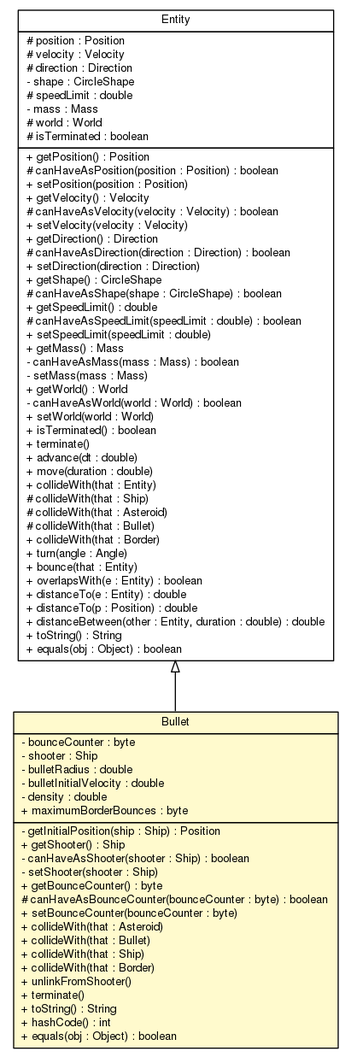
Earlier version of the Graphviz export doc/world/entity/Bullet.png (sinopeus/asteroids). Its source is kept beside it as doc/world/entity/Bullet.dot. The source it was exported from:
```dot

digraph G {
	edge [fontname="Helvetica",fontsize=10,labelfontname="Helvetica",labelfontsize=10];
	node [fontname="Helvetica",fontsize=10,shape=plaintext];
	nodesep=0.25;
	ranksep=0.5;
	c6643 [label=<<table title="world.entity.Entity" border="0" cellborder="1" cellspacing="0" cellpadding="2" port="p" href="./Entity.html">
		<tr><td><table border="0" cellspacing="0" cellpadding="1">
<tr><td align="center" balign="center"> Entity </td></tr>
		</table></td></tr>
		<tr><td><table border="0" cellspacing="0" cellpadding="1">
<tr><td align="left" balign="left"> # position : Position </td></tr>
<tr><td align="left" balign="left"> # velocity : Velocity </td></tr>
<tr><td align="left" balign="left"> # direction : Direction </td></tr>
<tr><td align="left" balign="left"> - shape : CircleShape </td></tr>
<tr><td align="left" balign="left"> # speedLimit : double </td></tr>
<tr><td align="left" balign="left"> - mass : Mass </td></tr>
<tr><td align="left" balign="left"> # world : World </td></tr>
<tr><td align="left" balign="left"> # isTerminated : boolean </td></tr>
		</table></td></tr>
		<tr><td><table border="0" cellspacing="0" cellpadding="1">
<tr><td align="left" balign="left"> + getPosition() : Position </td></tr>
<tr><td align="left" balign="left"> # canHaveAsPosition(position : Position) : boolean </td></tr>
<tr><td align="left" balign="left"> + setPosition(position : Position) </td></tr>
<tr><td align="left" balign="left"> + getVelocity() : Velocity </td></tr>
<tr><td align="left" balign="left"> # canHaveAsVelocity(velocity : Velocity) : boolean </td></tr>
<tr><td align="left" balign="left"> + setVelocity(velocity : Velocity) </td></tr>
<tr><td align="left" balign="left"> + getDirection() : Direction </td></tr>
<tr><td align="left" balign="left"> # canHaveAsDirection(direction : Direction) : boolean </td></tr>
<tr><td align="left" balign="left"> + setDirection(direction : Direction) </td></tr>
<tr><td align="left" balign="left"> + getShape() : CircleShape </td></tr>
<tr><td align="left" balign="left"> # canHaveAsShape(shape : CircleShape) : boolean </td></tr>
<tr><td align="left" balign="left"> + getSpeedLimit() : double </td></tr>
<tr><td align="left" balign="left"> # canHaveAsSpeedLimit(speedLimit : double) : boolean </td></tr>
<tr><td align="left" balign="left"> + setSpeedLimit(speedLimit : double) </td></tr>
<tr><td align="left" balign="left"> + getMass() : Mass </td></tr>
<tr><td align="left" balign="left"> - canHaveAsMass(mass : Mass) : boolean </td></tr>
<tr><td align="left" balign="left"> - setMass(mass : Mass) </td></tr>
<tr><td align="left" balign="left"> + getWorld() : World </td></tr>
<tr><td align="left" balign="left"> - canHaveAsWorld(world : World) : boolean </td></tr>
<tr><td align="left" balign="left"> + setWorld(world : World) </td></tr>
<tr><td align="left" balign="left"> + isTerminated() : boolean </td></tr>
<tr><td align="left" balign="left"> + terminate() </td></tr>
<tr><td align="left" balign="left"> + advance(dt : double) </td></tr>
<tr><td align="left" balign="left"> + move(duration : double) </td></tr>
<tr><td align="left" balign="left"> + collideWith(that : Entity) </td></tr>
<tr><td align="left" balign="left"> # collideWith(that : Ship) </td></tr>
<tr><td align="left" balign="left"> # collideWith(that : Asteroid) </td></tr>
<tr><td align="left" balign="left"> # collideWith(that : Bullet) </td></tr>
<tr><td align="left" balign="left"> + collideWith(that : Border) </td></tr>
<tr><td align="left" balign="left"> + turn(angle : Angle) </td></tr>
<tr><td align="left" balign="left"> + bounce(that : Entity) </td></tr>
<tr><td align="left" balign="left"> + overlapsWith(e : Entity) : boolean </td></tr>
<tr><td align="left" balign="left"> + distanceTo(e : Entity) : double </td></tr>
<tr><td align="left" balign="left"> + distanceTo(p : Position) : double </td></tr>
<tr><td align="left" balign="left"> + distanceBetween(other : Entity, duration : double) : double </td></tr>
<tr><td align="left" balign="left"> + toString() : String </td></tr>
<tr><td align="left" balign="left"> + equals(obj : Object) : boolean </td></tr>
		</table></td></tr>
		</table>>, URL="./Entity.html", fontname="Helvetica", fontcolor="black", fontsize=10.0];
	c6644 [label=<<table title="world.entity.Bullet" border="0" cellborder="1" cellspacing="0" cellpadding="2" port="p" bgcolor="lemonChiffon" href="./Bullet.html">
		<tr><td><table border="0" cellspacing="0" cellpadding="1">
<tr><td align="center" balign="center"> Bullet </td></tr>
		</table></td></tr>
		<tr><td><table border="0" cellspacing="0" cellpadding="1">
<tr><td align="left" balign="left"> - bounceCounter : byte </td></tr>
<tr><td align="left" balign="left"> - shooter : Ship </td></tr>
<tr><td align="left" balign="left"> - bulletRadius : double </td></tr>
<tr><td align="left" balign="left"> - bulletInitialVelocity : double </td></tr>
<tr><td align="left" balign="left"> - density : double </td></tr>
<tr><td align="left" balign="left"> + maximumBorderBounces : byte </td></tr>
		</table></td></tr>
		<tr><td><table border="0" cellspacing="0" cellpadding="1">
<tr><td align="left" balign="left"> - getInitialPosition(ship : Ship) : Position </td></tr>
<tr><td align="left" balign="left"> + getShooter() : Ship </td></tr>
<tr><td align="left" balign="left"> - canHaveAsShooter(shooter : Ship) : boolean </td></tr>
<tr><td align="left" balign="left"> - setShooter(shooter : Ship) </td></tr>
<tr><td align="left" balign="left"> + getBounceCounter() : byte </td></tr>
<tr><td align="left" balign="left"> # canHaveAsBounceCounter(bounceCounter : byte) : boolean </td></tr>
<tr><td align="left" balign="left"> + setBounceCounter(bounceCounter : byte) </td></tr>
<tr><td align="left" balign="left"> + collideWith(that : Asteroid) </td></tr>
<tr><td align="left" balign="left"> + collideWith(that : Bullet) </td></tr>
<tr><td align="left" balign="left"> + collideWith(that : Ship) </td></tr>
<tr><td align="left" balign="left"> + collideWith(that : Border) </td></tr>
<tr><td align="left" balign="left"> + unlinkFromShooter() </td></tr>
<tr><td align="left" balign="left"> + terminate() </td></tr>
<tr><td align="left" balign="left"> + toString() : String </td></tr>
<tr><td align="left" balign="left"> + hashCode() : int </td></tr>
<tr><td align="left" balign="left"> + equals(obj : Object) : boolean </td></tr>
		</table></td></tr>
		</table>>, URL="./Bullet.html", fontname="Helvetica", fontcolor="black", fontsize=10.0];
	c6643:p -> c6644:p [dir=back,arrowtail=empty];
}
```
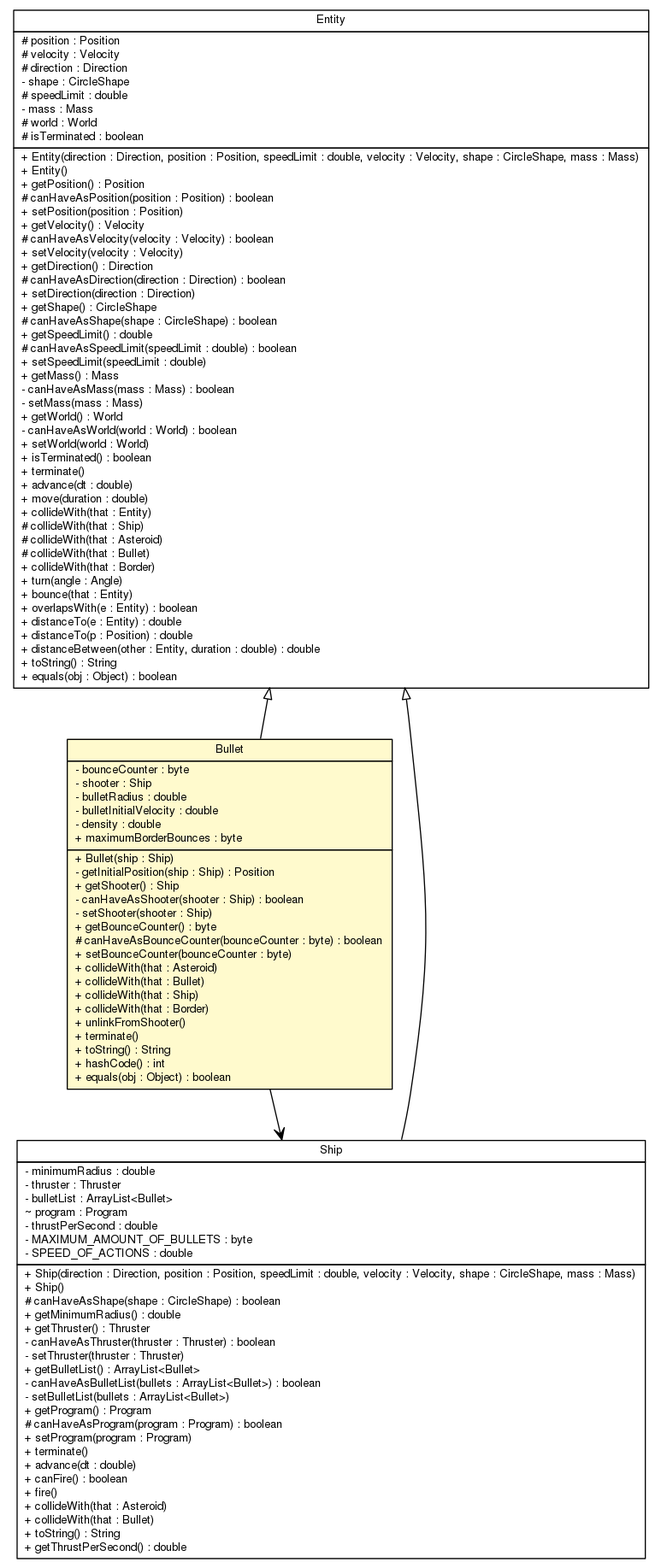
After the commit.

Change to the diagram source:
```diff
@@ -4,7 +4,7 @@
 	node [fontname="Helvetica",fontsize=10,shape=plaintext];
 	nodesep=0.25;
 	ranksep=0.5;
-	c6643 [label=<<table title="world.entity.Entity" border="0" cellborder="1" cellspacing="0" cellpadding="2" port="p" href="./Entity.html">
+	c6675 [label=<<table title="world.entity.Entity" border="0" cellborder="1" cellspacing="0" cellpadding="2" port="p" href="./Entity.html">
 		<tr><td><table border="0" cellspacing="0" cellpadding="1">
 <tr><td align="center" balign="center"> Entity </td></tr>
 		</table></td></tr>
@@ -19,6 +19,8 @@
 <tr><td align="left" balign="left"> # isTerminated : boolean </td></tr>
 		</table></td></tr>
 		<tr><td><table border="0" cellspacing="0" cellpadding="1">
+<tr><td align="left" balign="left"> + Entity(direction : Direction, position : Position, speedLimit : double, velocity : Velocity, shape : CircleShape, mass : Mass) </td></tr>
+<tr><td align="left" balign="left"> + Entity() </td></tr>
 <tr><td align="left" balign="left"> + getPosition() : Position </td></tr>
 <tr><td align="left" balign="left"> # canHaveAsPosition(position : Position) : boolean </td></tr>
 <tr><td align="left" balign="left"> + setPosition(position : Position) </td></tr>
@@ -58,7 +60,7 @@
 <tr><td align="left" balign="left"> + equals(obj : Object) : boolean </td></tr>
 		</table></td></tr>
 		</table>>, URL="./Entity.html", fontname="Helvetica", fontcolor="black", fontsize=10.0];
-	c6644 [label=<<table title="world.entity.Bullet" border="0" cellborder="1" cellspacing="0" cellpadding="2" port="p" bgcolor="lemonChiffon" href="./Bullet.html">
+	c6676 [label=<<table title="world.entity.Bullet" border="0" cellborder="1" cellspacing="0" cellpadding="2" port="p" bgcolor="lemonChiffon" href="./Bullet.html">
 		<tr><td><table border="0" cellspacing="0" cellpadding="1">
 <tr><td align="center" balign="center"> Bullet </td></tr>
 		</table></td></tr>
@@ -71,6 +73,7 @@
 <tr><td align="left" balign="left"> + maximumBorderBounces : byte </td></tr>
 		</table></td></tr>
 		<tr><td><table border="0" cellspacing="0" cellpadding="1">
+<tr><td align="left" balign="left"> + Bullet(ship : Ship) </td></tr>
 <tr><td align="left" balign="left"> - getInitialPosition(ship : Ship) : Position </td></tr>
 <tr><td align="left" balign="left"> + getShooter() : Ship </td></tr>
 <tr><td align="left" balign="left"> - canHaveAsShooter(shooter : Ship) : boolean </td></tr>
@@ -89,5 +92,44 @@
 <tr><td align="left" balign="left"> + equals(obj : Object) : boolean </td></tr>
 		</table></td></tr>
 		</table>>, URL="./Bullet.html", fontname="Helvetica", fontcolor="black", fontsize=10.0];
-	c6643:p -> c6644:p [dir=back,arrowtail=empty];
+	c6678 [label=<<table title="world.entity.ship.Ship" border="0" cellborder="1" cellspacing="0" cellpadding="2" port="p" href="./ship/Ship.html">
+		<tr><td><table border="0" cellspacing="0" cellpadding="1">
+<tr><td align="center" balign="center"> Ship </td></tr>
+		</table></td></tr>
+		<tr><td><table border="0" cellspacing="0" cellpadding="1">
+<tr><td align="left" balign="left"> - minimumRadius : double </td></tr>
+<tr><td align="left" balign="left"> - thruster : Thruster </td></tr>
+<tr><td align="left" balign="left"> - bulletList : ArrayList&lt;Bullet&gt; </td></tr>
+<tr><td align="left" balign="left"> ~ program : Program </td></tr>
+<tr><td align="left" balign="left"> - thrustPerSecond : double </td></tr>
+<tr><td align="left" balign="left"> - MAXIMUM_AMOUNT_OF_BULLETS : byte </td></tr>
+<tr><td align="left" balign="left"> - SPEED_OF_ACTIONS : double </td></tr>
+		</table></td></tr>
+		<tr><td><table border="0" cellspacing="0" cellpadding="1">
+<tr><td align="left" balign="left"> + Ship(direction : Direction, position : Position, speedLimit : double, velocity : Velocity, shape : CircleShape, mass : Mass) </td></tr>
+<tr><td align="left" balign="left"> + Ship() </td></tr>
+<tr><td align="left" balign="left"> # canHaveAsShape(shape : CircleShape) : boolean </td></tr>
+<tr><td align="left" balign="left"> + getMinimumRadius() : double </td></tr>
+<tr><td align="left" balign="left"> + getThruster() : Thruster </td></tr>
+<tr><td align="left" balign="left"> - canHaveAsThruster(thruster : Thruster) : boolean </td></tr>
+<tr><td align="left" balign="left"> - setThruster(thruster : Thruster) </td></tr>
+<tr><td align="left" balign="left"> + getBulletList() : ArrayList&lt;Bullet&gt; </td></tr>
+<tr><td align="left" balign="left"> - canHaveAsBulletList(bullets : ArrayList&lt;Bullet&gt;) : boolean </td></tr>
+<tr><td align="left" balign="left"> - setBulletList(bullets : ArrayList&lt;Bullet&gt;) </td></tr>
+<tr><td align="left" balign="left"> + getProgram() : Program </td></tr>
+<tr><td align="left" balign="left"> # canHaveAsProgram(program : Program) : boolean </td></tr>
+<tr><td align="left" balign="left"> + setProgram(program : Program) </td></tr>
+<tr><td align="left" balign="left"> + terminate() </td></tr>
+<tr><td align="left" balign="left"> + advance(dt : double) </td></tr>
+<tr><td align="left" balign="left"> + canFire() : boolean </td></tr>
+<tr><td align="left" balign="left"> + fire() </td></tr>
+<tr><td align="left" balign="left"> + collideWith(that : Asteroid) </td></tr>
+<tr><td align="left" balign="left"> + collideWith(that : Bullet) </td></tr>
+<tr><td align="left" balign="left"> + toString() : String </td></tr>
+<tr><td align="left" balign="left"> + getThrustPerSecond() : double </td></tr>
+		</table></td></tr>
+		</table>>, URL="./ship/Ship.html", fontname="Helvetica", fontcolor="black", fontsize=10.0];
+	c6675:p -> c6676:p [dir=back,arrowtail=empty];
+	c6675:p -> c6678:p [dir=back,arrowtail=empty];
+	c6676:p -> c6678:p [taillabel="", label="", headlabel="", fontname="Helvetica", fontcolor="black", fontsize=10.0, color="black", arrowhead=open];
 }
```
